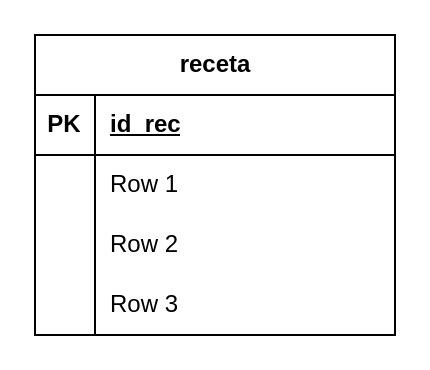
This is CPM_Models.drawio from ErnestoDanielTafoyaMolinaCYM/clases-cat-cym, a draw.io file, before an edit. Source tidied: cells renumbered, new cells numbered last; positions are measured from the earlier drawing's top-left corner, leaving out a move shared by most shapes. Both pictures are drawn from the tidied source at 200%, with x=0, y=0 at pixel (34, 34).
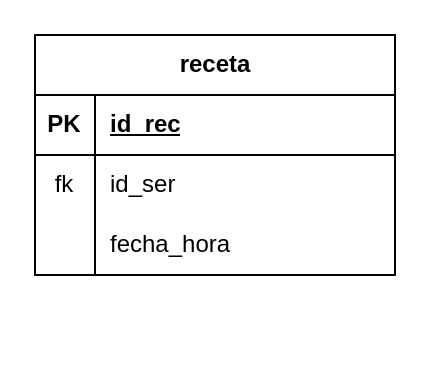
After the change.

What changed in the source:
```diff
@@
 <mxGraphModel>
   <root>
     <mxCell id="0" />
     <mxCell id="1" parent="0" />
     <mxCell id="2" value="receta" style="shape=table;startSize=30;childLayout=tableLayout;rowLines=0;fontStyle=1;align=center;html=1;" parent="1" vertex="1">
-      <mxGeometry width="180" height="150" as="geometry" />
+      <mxGeometry width="180" height="120" as="geometry" />
     </mxCell>
     <mxCell id="3" style="shape=tableRow;horizontal=0;startSize=0;swimlaneHead=0;swimlaneBody=0;fillColor=none;top=0;left=0;right=0;bottom=1;" parent="2" vertex="1">
       <mxGeometry y="30" width="180" height="30" as="geometry" />
     </mxCell>
     <mxCell id="4" value="PK" style="shape=partialRectangle;fillColor=none;top=0;left=0;bottom=0;right=0;fontStyle=1;overflow=hidden;whiteSpace=wrap;html=1;" parent="3" vertex="1">
       <mxGeometry width="30" height="30" as="geometry" />
     </mxCell>
     <mxCell id="5" value="id_rec" style="shape=partialRectangle;fillColor=none;top=0;left=0;bottom=0;right=0;align=left;spacingLeft=6;fontStyle=5;overflow=hidden;whiteSpace=wrap;html=1;" parent="3" vertex="1">
       <mxGeometry x="30" width="150" height="30" as="geometry" />
     </mxCell>
     <mxCell id="6" style="shape=tableRow;horizontal=0;startSize=0;swimlaneHead=0;swimlaneBody=0;fillColor=none;top=0;left=0;right=0;bottom=0;" parent="2" vertex="1">
       <mxGeometry y="60" width="180" height="30" as="geometry" />
     </mxCell>
-    <mxCell id="7" style="shape=partialRectangle;fillColor=none;top=0;left=0;bottom=0;right=0;overflow=hidden;whiteSpace=wrap;html=1;" parent="6" vertex="1">
+    <mxCell id="7" value="fk" style="shape=partialRectangle;fillColor=none;top=0;left=0;bottom=0;right=0;overflow=hidden;whiteSpace=wrap;html=1;" parent="6" vertex="1">
       <mxGeometry width="30" height="30" as="geometry" />
     </mxCell>
-    <mxCell id="8" value="Row 1" style="shape=partialRectangle;fillColor=none;top=0;left=0;bottom=0;right=0;align=left;spacingLeft=6;overflow=hidden;whiteSpace=wrap;html=1;" parent="6" vertex="1">
+    <mxCell id="8" value="id_ser" style="shape=partialRectangle;fillColor=none;top=0;left=0;bottom=0;right=0;align=left;spacingLeft=6;overflow=hidden;whiteSpace=wrap;html=1;" parent="6" vertex="1">
       <mxGeometry x="30" width="150" height="30" as="geometry" />
     </mxCell>
     <mxCell id="9" style="shape=tableRow;horizontal=0;startSize=0;swimlaneHead=0;swimlaneBody=0;fillColor=none;top=0;left=0;right=0;bottom=0;" parent="2" vertex="1">
       <mxGeometry y="90" width="180" height="30" as="geometry" />
     </mxCell>
     <mxCell id="10" style="shape=partialRectangle;fillColor=none;top=0;left=0;bottom=0;right=0;overflow=hidden;whiteSpace=wrap;html=1;" parent="9" vertex="1">
       <mxGeometry width="30" height="30" as="geometry" />
     </mxCell>
-    <mxCell id="11" value="Row 2" style="shape=partialRectangle;fillColor=none;top=0;left=0;bottom=0;right=0;align=left;spacingLeft=6;overflow=hidden;whiteSpace=wrap;html=1;" parent="9" vertex="1">
+    <mxCell id="11" value="fecha_hora" style="shape=partialRectangle;fillColor=none;top=0;left=0;bottom=0;right=0;align=left;spacingLeft=6;overflow=hidden;whiteSpace=wrap;html=1;" parent="9" vertex="1">
       <mxGeometry x="30" width="150" height="30" as="geometry" />
     </mxCell>
-    <mxCell id="12" style="shape=tableRow;horizontal=0;startSize=0;swimlaneHead=0;swimlaneBody=0;fillColor=none;top=0;left=0;right=0;bottom=0;" parent="2" vertex="1">
-      <mxGeometry y="120" width="180" height="30" as="geometry" />
-    </mxCell>
-    <mxCell id="13" style="shape=partialRectangle;fillColor=none;top=0;left=0;bottom=0;right=0;overflow=hidden;whiteSpace=wrap;html=1;" parent="12" vertex="1">
-      <mxGeometry width="30" height="30" as="geometry" />
-    </mxCell>
-    <mxCell id="14" value="Row 3" style="shape=partialRectangle;fillColor=none;top=0;left=0;bottom=0;right=0;align=left;spacingLeft=6;overflow=hidden;whiteSpace=wrap;html=1;" parent="12" vertex="1">
-      <mxGeometry x="30" width="150" height="30" as="geometry" />
-    </mxCell>
   </root>
 </mxGraphModel>
```
